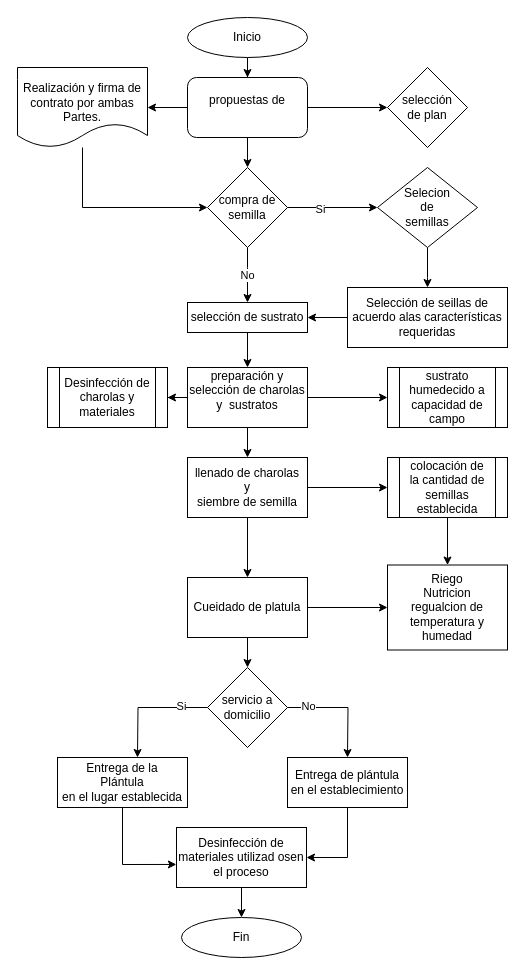
Before: Diagrama sin título.drawio in 420Avila/Modelo-Canvas, a draw.io diagram. Source tidied: cells renumbered, new cells numbered last; positions are measured from the earlier drawing's top-left corner, leaving out a move shared by most shapes. Both pictures are drawn from the tidied source at 100%, with x=0, y=0 at pixel (17, 17).
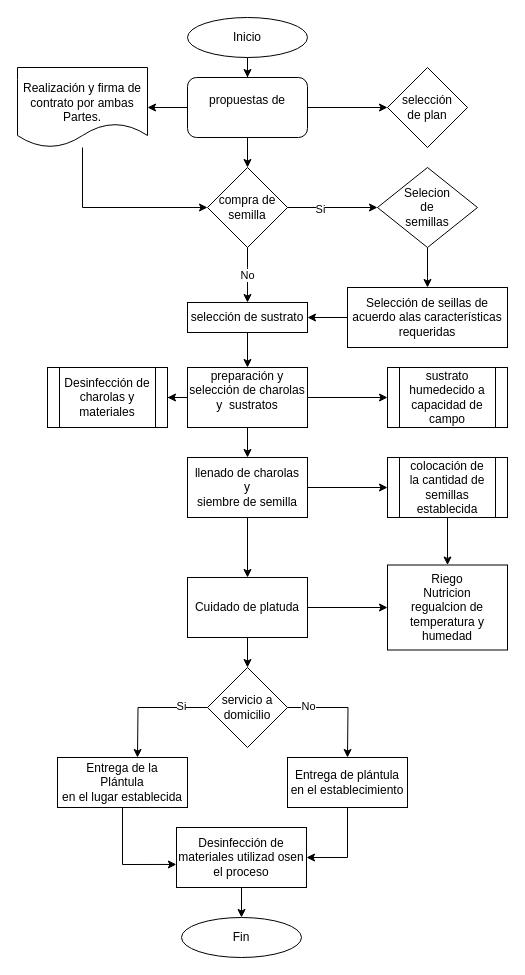
After the change.

The edit, as a diff of the source:
```diff
@@
-    <mxCell id="31" value="Cueidado de platula" style="rounded=0;whiteSpace=wrap;html=1;" parent="1" vertex="1">
+    <mxCell id="31" value="Cuidado de platuda" style="rounded=0;whiteSpace=wrap;html=1;" parent="1" vertex="1">
       <mxGeometry x="170" y="560" width="120" height="60" as="geometry" />
     </mxCell>
```
